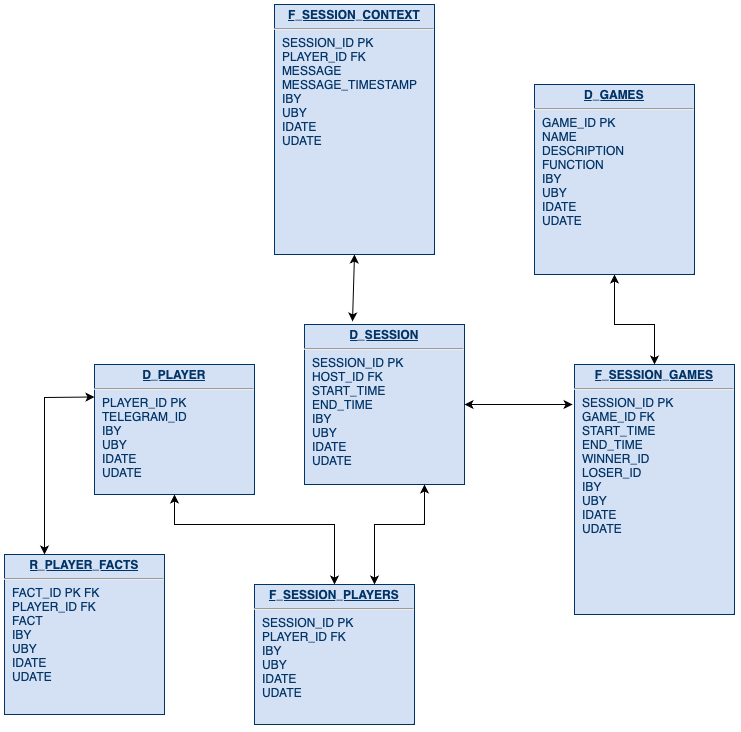
paukkroa/TelegramGameMasterBot keeps this draw.io diagram as TgGameBotDataModel.png. Above is the earlier version. Source tidied: cells renumbered, new cells last; positions are measured from the earlier drawing's top-left corner, leaving out a move shared by most shapes.
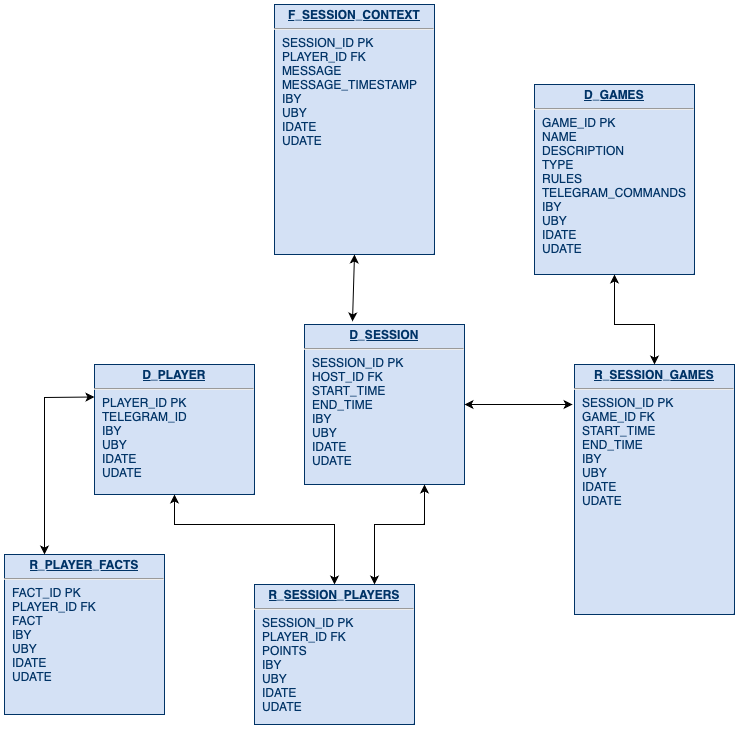
The same diagram one commit later.

Diff of the diagram source:
```diff
@@ -5,16 +5,16 @@
     <mxCell id="2" value="&lt;p style=&quot;margin: 0px; margin-top: 4px; text-align: center; text-decoration: underline;&quot;&gt;&lt;b&gt;D_PLAYER&lt;/b&gt;&lt;/p&gt;&lt;hr&gt;&lt;p style=&quot;margin: 0px; margin-left: 8px;&quot;&gt;PLAYER_ID &lt;span style=&quot;white-space: pre;&quot;&gt;&lt;span style=&quot;white-space: pre;&quot;&gt;&lt;span style=&quot;white-space: pre;&quot;&gt;PK&lt;/span&gt;&lt;/span&gt;&lt;/span&gt;&lt;/p&gt;&lt;p style=&quot;margin: 0px; margin-left: 8px;&quot;&gt;TELEGRAM_ID&lt;/p&gt;&lt;p style=&quot;font-size: 12.000001px; margin: 0px 0px 0px 8px;&quot;&gt;IBY&lt;/p&gt;&lt;p style=&quot;font-size: 12.000001px; margin: 0px 0px 0px 8px;&quot;&gt;UBY&lt;/p&gt;&lt;p style=&quot;margin: 0px; margin-left: 8px;&quot;&gt;IDATE&lt;/p&gt;&lt;p style=&quot;margin: 0px; margin-left: 8px;&quot;&gt;UDATE&lt;/p&gt;" style="verticalAlign=top;align=left;overflow=fill;fontSize=12;fontFamily=Helvetica;html=1;strokeColor=#003366;shadow=1;fillColor=#D4E1F5;fontColor=#003366;" parent="1" vertex="1">
       <mxGeometry x="90" y="360" width="160" height="130" as="geometry" />
     </mxCell>
-    <mxCell id="3" value="&lt;p style=&quot;margin: 0px; margin-top: 4px; text-align: center; text-decoration: underline;&quot;&gt;&lt;b&gt;R_PLAYER_FACTS&lt;/b&gt;&lt;/p&gt;&lt;hr&gt;&lt;p style=&quot;margin: 0px; margin-left: 8px;&quot;&gt;FACT_ID PK FK&lt;/p&gt;&lt;p style=&quot;margin: 0px; margin-left: 8px;&quot;&gt;PLAYER_ID FK&lt;/p&gt;&lt;p style=&quot;margin: 0px; margin-left: 8px;&quot;&gt;FACT&lt;/p&gt;&lt;p style=&quot;font-size: 12.000001px; margin: 0px 0px 0px 8px;&quot;&gt;IBY&lt;/p&gt;&lt;p style=&quot;font-size: 12.000001px; margin: 0px 0px 0px 8px;&quot;&gt;UBY&lt;/p&gt;&lt;p style=&quot;margin: 0px; margin-left: 8px;&quot;&gt;IDATE&lt;/p&gt;&lt;p style=&quot;margin: 0px; margin-left: 8px;&quot;&gt;UDATE&lt;/p&gt;" style="verticalAlign=top;align=left;overflow=fill;fontSize=12;fontFamily=Helvetica;html=1;strokeColor=#003366;shadow=1;fillColor=#D4E1F5;fontColor=#003366;" parent="1" vertex="1">
+    <mxCell id="3" value="&lt;p style=&quot;margin: 0px; margin-top: 4px; text-align: center; text-decoration: underline;&quot;&gt;&lt;b&gt;R_PLAYER_FACTS&lt;/b&gt;&lt;/p&gt;&lt;hr&gt;&lt;p style=&quot;margin: 0px; margin-left: 8px;&quot;&gt;FACT_ID PK&lt;/p&gt;&lt;p style=&quot;margin: 0px; margin-left: 8px;&quot;&gt;PLAYER_ID FK&lt;/p&gt;&lt;p style=&quot;margin: 0px; margin-left: 8px;&quot;&gt;FACT&lt;/p&gt;&lt;p style=&quot;font-size: 12.000001px; margin: 0px 0px 0px 8px;&quot;&gt;IBY&lt;/p&gt;&lt;p style=&quot;font-size: 12.000001px; margin: 0px 0px 0px 8px;&quot;&gt;UBY&lt;/p&gt;&lt;p style=&quot;margin: 0px; margin-left: 8px;&quot;&gt;IDATE&lt;/p&gt;&lt;p style=&quot;margin: 0px; margin-left: 8px;&quot;&gt;UDATE&lt;/p&gt;" style="verticalAlign=top;align=left;overflow=fill;fontSize=12;fontFamily=Helvetica;html=1;strokeColor=#003366;shadow=1;fillColor=#D4E1F5;fontColor=#003366;" parent="1" vertex="1">
       <mxGeometry y="550" width="160" height="160" as="geometry" />
     </mxCell>
     <mxCell id="4" value="&lt;p style=&quot;margin: 0px; margin-top: 4px; text-align: center; text-decoration: underline;&quot;&gt;&lt;b&gt;D_SESSION&lt;/b&gt;&lt;/p&gt;&lt;hr&gt;&lt;p style=&quot;margin: 0px; margin-left: 8px;&quot;&gt;SESSION_ID&amp;nbsp;&lt;span style=&quot;white-space: pre;&quot;&gt;&lt;span style=&quot;white-space: pre;&quot;&gt;&lt;span style=&quot;white-space: pre;&quot;&gt;PK&lt;/span&gt;&lt;/span&gt;&lt;/span&gt;&lt;/p&gt;&lt;p style=&quot;margin: 0px; margin-left: 8px;&quot;&gt;HOST_ID FK&lt;/p&gt;&lt;p style=&quot;margin: 0px; margin-left: 8px;&quot;&gt;START_TIME&lt;/p&gt;&lt;p style=&quot;margin: 0px; margin-left: 8px;&quot;&gt;END_TIME&lt;/p&gt;&lt;p style=&quot;font-size: 12.000001px; margin: 0px 0px 0px 8px;&quot;&gt;IBY&lt;/p&gt;&lt;p style=&quot;font-size: 12.000001px; margin: 0px 0px 0px 8px;&quot;&gt;UBY&lt;/p&gt;&lt;p style=&quot;margin: 0px; margin-left: 8px;&quot;&gt;IDATE&lt;/p&gt;&lt;p style=&quot;margin: 0px; margin-left: 8px;&quot;&gt;UDATE&lt;/p&gt;" style="verticalAlign=top;align=left;overflow=fill;fontSize=12;fontFamily=Helvetica;html=1;strokeColor=#003366;shadow=1;fillColor=#D4E1F5;fontColor=#003366;" parent="1" vertex="1">
       <mxGeometry x="300" y="320" width="160" height="160" as="geometry" />
     </mxCell>
-    <mxCell id="5" value="&lt;p style=&quot;margin: 0px; margin-top: 4px; text-align: center; text-decoration: underline;&quot;&gt;&lt;b&gt;D_GAMES&lt;/b&gt;&lt;/p&gt;&lt;hr&gt;&lt;p style=&quot;margin: 0px; margin-left: 8px;&quot;&gt;GAME_ID&amp;nbsp;&lt;span style=&quot;white-space: pre;&quot;&gt;&lt;span style=&quot;white-space: pre;&quot;&gt;&lt;span style=&quot;white-space: pre;&quot;&gt;PK&lt;/span&gt;&lt;/span&gt;&lt;/span&gt;&lt;/p&gt;&lt;p style=&quot;margin: 0px; margin-left: 8px;&quot;&gt;NAME&lt;/p&gt;&lt;p style=&quot;margin: 0px; margin-left: 8px;&quot;&gt;DESCRIPTION&lt;/p&gt;&lt;p style=&quot;margin: 0px; margin-left: 8px;&quot;&gt;FUNCTION&lt;/p&gt;&lt;p style=&quot;margin: 0px; margin-left: 8px;&quot;&gt;IBY&lt;/p&gt;&lt;p style=&quot;margin: 0px; margin-left: 8px;&quot;&gt;UBY&lt;/p&gt;&lt;p style=&quot;margin: 0px; margin-left: 8px;&quot;&gt;IDATE&lt;/p&gt;&lt;p style=&quot;margin: 0px; margin-left: 8px;&quot;&gt;UDATE&lt;/p&gt;" style="verticalAlign=top;align=left;overflow=fill;fontSize=12;fontFamily=Helvetica;html=1;strokeColor=#003366;shadow=1;fillColor=#D4E1F5;fontColor=#003366;" parent="1" vertex="1">
+    <mxCell id="5" value="&lt;p style=&quot;margin: 0px; margin-top: 4px; text-align: center; text-decoration: underline;&quot;&gt;&lt;b&gt;D_GAMES&lt;/b&gt;&lt;/p&gt;&lt;hr&gt;&lt;p style=&quot;margin: 0px; margin-left: 8px;&quot;&gt;GAME_ID&amp;nbsp;&lt;span style=&quot;white-space: pre;&quot;&gt;&lt;span style=&quot;white-space: pre;&quot;&gt;&lt;span style=&quot;white-space: pre;&quot;&gt;PK&lt;/span&gt;&lt;/span&gt;&lt;/span&gt;&lt;/p&gt;&lt;p style=&quot;margin: 0px; margin-left: 8px;&quot;&gt;NAME&lt;/p&gt;&lt;p style=&quot;margin: 0px; margin-left: 8px;&quot;&gt;DESCRIPTION&lt;/p&gt;&lt;p style=&quot;margin: 0px; margin-left: 8px;&quot;&gt;TYPE&lt;/p&gt;&lt;p style=&quot;margin: 0px; margin-left: 8px;&quot;&gt;RULES&lt;/p&gt;&lt;p style=&quot;margin: 0px; margin-left: 8px;&quot;&gt;TELEGRAM_COMMANDS&lt;/p&gt;&lt;p style=&quot;margin: 0px; margin-left: 8px;&quot;&gt;IBY&lt;/p&gt;&lt;p style=&quot;margin: 0px; margin-left: 8px;&quot;&gt;UBY&lt;/p&gt;&lt;p style=&quot;margin: 0px; margin-left: 8px;&quot;&gt;IDATE&lt;/p&gt;&lt;p style=&quot;margin: 0px; margin-left: 8px;&quot;&gt;UDATE&lt;/p&gt;" style="verticalAlign=top;align=left;overflow=fill;fontSize=12;fontFamily=Helvetica;html=1;strokeColor=#003366;shadow=1;fillColor=#D4E1F5;fontColor=#003366;" parent="1" vertex="1">
       <mxGeometry x="530" y="80" width="160" height="190" as="geometry" />
     </mxCell>
-    <mxCell id="6" value="&lt;p style=&quot;margin: 0px; margin-top: 4px; text-align: center; text-decoration: underline;&quot;&gt;&lt;b&gt;F_SESSION_GAMES&lt;/b&gt;&lt;/p&gt;&lt;hr&gt;&lt;p style=&quot;margin: 0px; margin-left: 8px;&quot;&gt;SESSION_ID&amp;nbsp;&lt;span style=&quot;white-space: pre;&quot;&gt;&lt;span style=&quot;white-space: pre;&quot;&gt;&lt;span style=&quot;white-space: pre;&quot;&gt;PK&lt;/span&gt;&lt;/span&gt;&lt;/span&gt;&lt;/p&gt;&lt;p style=&quot;margin: 0px; margin-left: 8px;&quot;&gt;GAME_ID FK&lt;/p&gt;&lt;p style=&quot;margin: 0px; margin-left: 8px;&quot;&gt;START_TIME&lt;/p&gt;&lt;p style=&quot;margin: 0px; margin-left: 8px;&quot;&gt;END_TIME&lt;/p&gt;&lt;p style=&quot;margin: 0px; margin-left: 8px;&quot;&gt;WINNER_ID&lt;/p&gt;&lt;p style=&quot;margin: 0px; margin-left: 8px;&quot;&gt;LOSER_ID&lt;/p&gt;&lt;p style=&quot;font-size: 12.000001px; margin: 0px 0px 0px 8px;&quot;&gt;IBY&lt;/p&gt;&lt;p style=&quot;font-size: 12.000001px; margin: 0px 0px 0px 8px;&quot;&gt;UBY&lt;/p&gt;&lt;p style=&quot;margin: 0px; margin-left: 8px;&quot;&gt;IDATE&lt;/p&gt;&lt;p style=&quot;margin: 0px; margin-left: 8px;&quot;&gt;UDATE&lt;/p&gt;" style="verticalAlign=top;align=left;overflow=fill;fontSize=12;fontFamily=Helvetica;html=1;strokeColor=#003366;shadow=1;fillColor=#D4E1F5;fontColor=#003366;" parent="1" vertex="1">
+    <mxCell id="6" value="&lt;p style=&quot;margin: 0px; margin-top: 4px; text-align: center; text-decoration: underline;&quot;&gt;&lt;b&gt;R_SESSION_GAMES&lt;/b&gt;&lt;/p&gt;&lt;hr&gt;&lt;p style=&quot;margin: 0px; margin-left: 8px;&quot;&gt;SESSION_ID&amp;nbsp;&lt;span style=&quot;white-space: pre;&quot;&gt;&lt;span style=&quot;white-space: pre;&quot;&gt;&lt;span style=&quot;white-space: pre;&quot;&gt;PK&lt;/span&gt;&lt;/span&gt;&lt;/span&gt;&lt;/p&gt;&lt;p style=&quot;margin: 0px; margin-left: 8px;&quot;&gt;GAME_ID FK&lt;/p&gt;&lt;p style=&quot;margin: 0px; margin-left: 8px;&quot;&gt;START_TIME&lt;/p&gt;&lt;p style=&quot;margin: 0px; margin-left: 8px;&quot;&gt;END_TIME&lt;/p&gt;&lt;p style=&quot;font-size: 12.000001px; margin: 0px 0px 0px 8px;&quot;&gt;IBY&lt;/p&gt;&lt;p style=&quot;font-size: 12.000001px; margin: 0px 0px 0px 8px;&quot;&gt;UBY&lt;/p&gt;&lt;p style=&quot;margin: 0px; margin-left: 8px;&quot;&gt;IDATE&lt;/p&gt;&lt;p style=&quot;margin: 0px; margin-left: 8px;&quot;&gt;UDATE&lt;/p&gt;" style="verticalAlign=top;align=left;overflow=fill;fontSize=12;fontFamily=Helvetica;html=1;strokeColor=#003366;shadow=1;fillColor=#D4E1F5;fontColor=#003366;" parent="1" vertex="1">
       <mxGeometry x="570" y="360" width="160" height="250" as="geometry" />
     </mxCell>
     <mxCell id="7" style="endArrow=classic;startArrow=classic;html=1;rounded=0;entryX=0;entryY=0.25;entryDx=0;entryDy=0;exitX=0.25;exitY=0;exitDx=0;exitDy=0;" parent="1" edge="1" source="3" target="2">
@@ -37,7 +37,7 @@
         <mxPoint x="300" y="600" as="sourcePoint" />
       </mxGeometry>
     </mxCell>
-    <mxCell id="10" value="&lt;p style=&quot;margin: 0px; margin-top: 4px; text-align: center; text-decoration: underline;&quot;&gt;&lt;b&gt;F_SESSION_PLAYERS&lt;/b&gt;&lt;/p&gt;&lt;hr&gt;&lt;p style=&quot;margin: 0px; margin-left: 8px;&quot;&gt;SESSION_ID&amp;nbsp;&lt;span style=&quot;white-space: pre;&quot;&gt;&lt;span style=&quot;white-space: pre;&quot;&gt;&lt;span style=&quot;white-space: pre;&quot;&gt;PK&lt;/span&gt;&lt;/span&gt;&lt;/span&gt;&lt;/p&gt;&lt;p style=&quot;margin: 0px; margin-left: 8px;&quot;&gt;PLAYER_ID FK&lt;/p&gt;&lt;p style=&quot;font-size: 12.000001px; margin: 0px 0px 0px 8px;&quot;&gt;IBY&lt;/p&gt;&lt;p style=&quot;font-size: 12.000001px; margin: 0px 0px 0px 8px;&quot;&gt;UBY&lt;/p&gt;&lt;p style=&quot;margin: 0px; margin-left: 8px;&quot;&gt;IDATE&lt;/p&gt;&lt;p style=&quot;margin: 0px; margin-left: 8px;&quot;&gt;UDATE&lt;/p&gt;" style="verticalAlign=top;align=left;overflow=fill;fontSize=12;fontFamily=Helvetica;html=1;strokeColor=#003366;shadow=1;fillColor=#D4E1F5;fontColor=#003366;" parent="1" vertex="1">
+    <mxCell id="10" value="&lt;p style=&quot;margin: 0px; margin-top: 4px; text-align: center; text-decoration: underline;&quot;&gt;&lt;b&gt;R_SESSION_PLAYERS&lt;/b&gt;&lt;/p&gt;&lt;hr&gt;&lt;p style=&quot;margin: 0px; margin-left: 8px;&quot;&gt;SESSION_ID&amp;nbsp;&lt;span style=&quot;white-space: pre;&quot;&gt;&lt;span style=&quot;white-space: pre;&quot;&gt;&lt;span style=&quot;white-space: pre;&quot;&gt;PK&lt;/span&gt;&lt;/span&gt;&lt;/span&gt;&lt;/p&gt;&lt;p style=&quot;margin: 0px; margin-left: 8px;&quot;&gt;PLAYER_ID FK&lt;/p&gt;&lt;p style=&quot;margin: 0px; margin-left: 8px;&quot;&gt;POINTS&lt;/p&gt;&lt;p style=&quot;font-size: 12.000001px; margin: 0px 0px 0px 8px;&quot;&gt;IBY&lt;/p&gt;&lt;p style=&quot;font-size: 12.000001px; margin: 0px 0px 0px 8px;&quot;&gt;UBY&lt;/p&gt;&lt;p style=&quot;margin: 0px; margin-left: 8px;&quot;&gt;IDATE&lt;/p&gt;&lt;p style=&quot;margin: 0px; margin-left: 8px;&quot;&gt;UDATE&lt;/p&gt;" style="verticalAlign=top;align=left;overflow=fill;fontSize=12;fontFamily=Helvetica;html=1;strokeColor=#003366;shadow=1;fillColor=#D4E1F5;fontColor=#003366;" parent="1" vertex="1">
       <mxGeometry x="250" y="580" width="160" height="140" as="geometry" />
     </mxCell>
     <mxCell id="11" style="endArrow=classic;startArrow=classic;html=1;rounded=0;entryX=0.75;entryY=1;entryDx=0;entryDy=0;exitX=0.75;exitY=0;exitDx=0;exitDy=0;" parent="1" edge="1" source="10" target="4">
```
